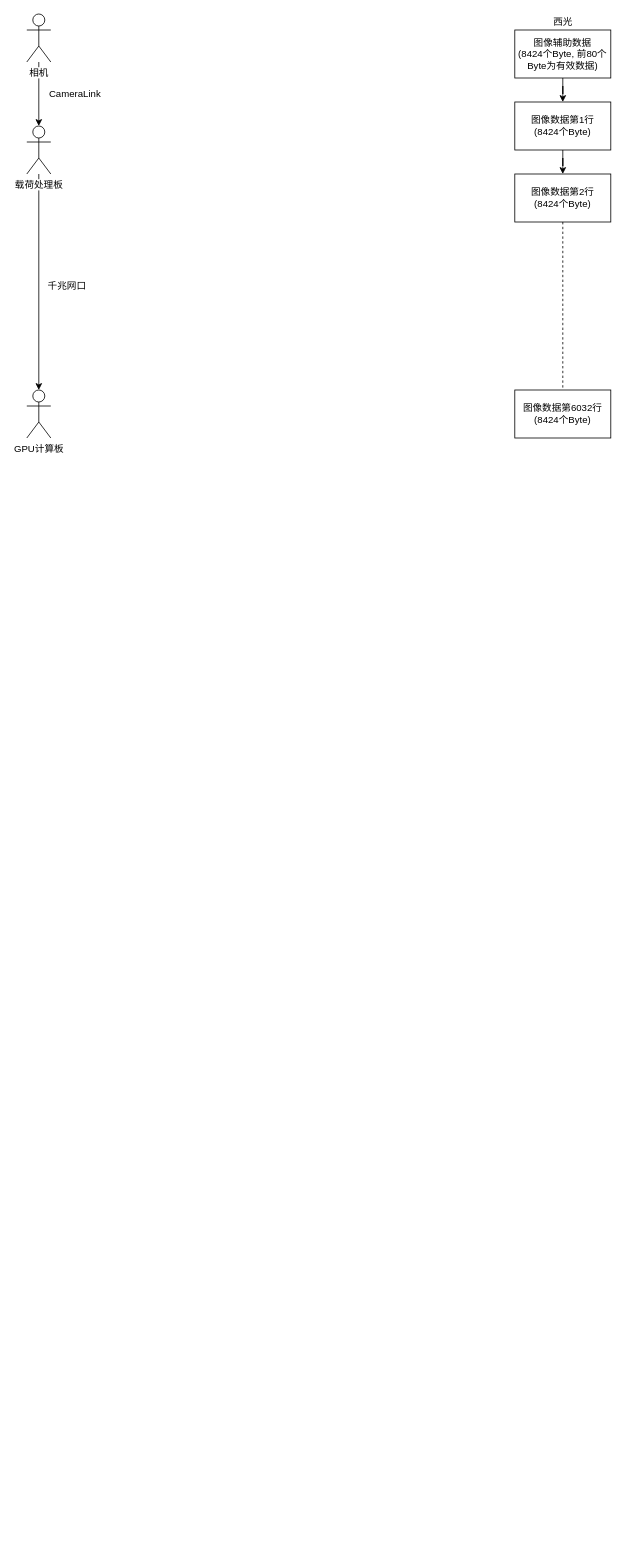
Earlier version of the draw.io diagram 图像处理软件概要设计.drawio (hhwjsw711/image_process). Source tidied: cells renumbered, new cells numbered last; positions are measured from the earlier drawing's top-left corner, leaving out a move shared by most shapes. Both pictures are drawn from the tidied source at 80%, with x=0, y=0 at pixel (26, 14).
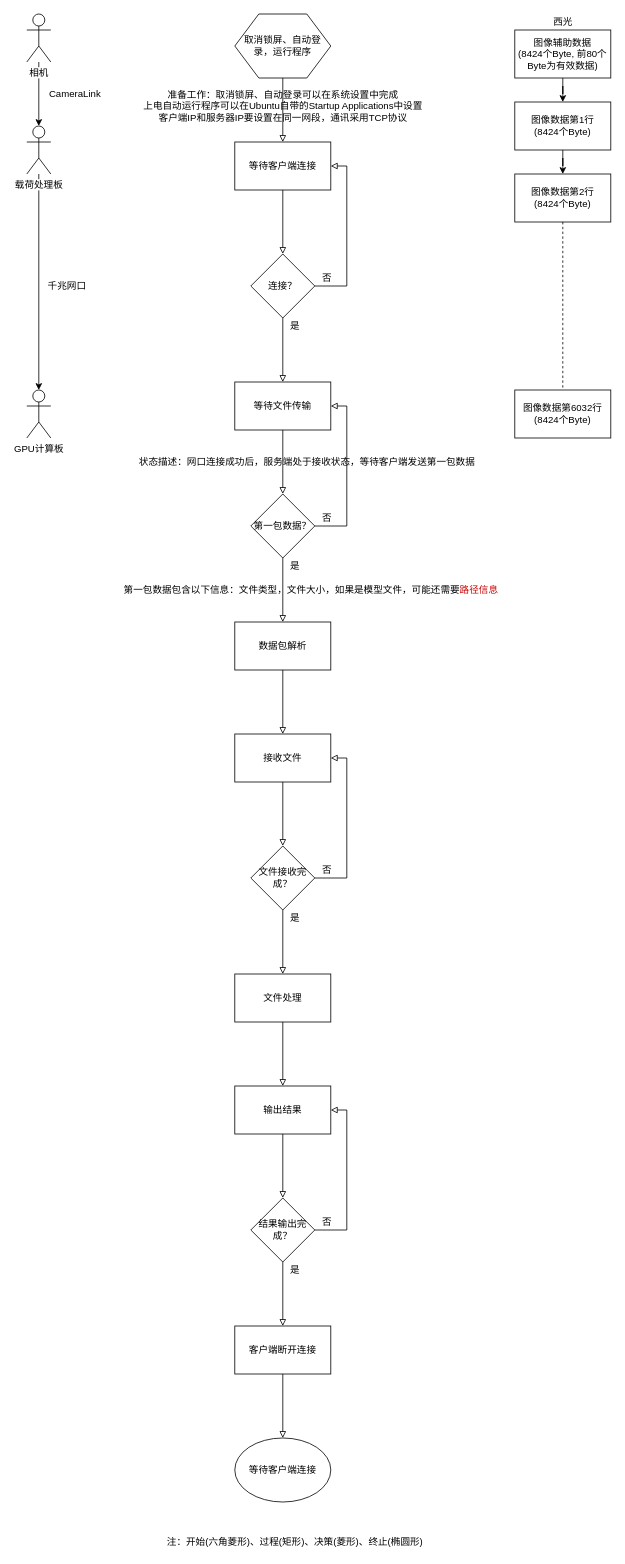
The same page after the edit.

Commit message:
更新图像处理软件概要设计.drawio

Diff of the diagram source:
```diff
@@
+    <mxCell id="17" value="注：开始(六角菱形)、过程(矩形)、决策(菱形)、终止(椭圆形)" style="text;html=1;align=center;verticalAlign=middle;" parent="1" vertex="1">
+      <mxGeometry x="165" y="1900" width="340" height="20" as="geometry" />
+    </mxCell>
+    <mxCell id="18" style="edgeStyle=orthogonalEdgeStyle;rounded=0;jettySize=auto;html=1;endArrow=block;endFill=0;" parent="1" edge="1" source="19">
+      <mxGeometry relative="1" as="geometry">
+        <mxPoint x="320" y="160" as="targetPoint" />
+      </mxGeometry>
+    </mxCell>
+    <mxCell id="19" value="取消锁屏、自动登录，运行程序" style="shape=hexagon;perimeter=hexagonPerimeter2;whiteSpace=wrap;html=1;shadow=0;strokeWidth=1;" parent="1" vertex="1">
+      <mxGeometry x="260" width="120" height="80" as="geometry" />
+    </mxCell>
+    <mxCell id="20" style="edgeStyle=orthogonalEdgeStyle;rounded=0;jettySize=auto;html=1;endArrow=block;endFill=0;" parent="1" edge="1" source="21">
+      <mxGeometry relative="1" as="geometry">
+        <mxPoint x="320" y="300" as="targetPoint" />
+      </mxGeometry>
+    </mxCell>
+    <mxCell id="21" value="等待客户端连接" style="rounded=0;whiteSpace=wrap;html=1;shadow=0;strokeWidth=1;" parent="1" vertex="1">
+      <mxGeometry x="260" y="160" width="120" height="60" as="geometry" />
+    </mxCell>
+    <mxCell id="22" style="edgeStyle=orthogonalEdgeStyle;rounded=0;jettySize=auto;html=1;endArrow=block;endFill=0;entryX=1;entryY=0.5;entryDx=0;entryDy=0;" parent="1" edge="1" source="24" target="21">
+      <mxGeometry relative="1" as="geometry">
+        <Array as="points">
+          <mxPoint x="400" y="340" />
+          <mxPoint x="400" y="190" />
+        </Array>
+      </mxGeometry>
+    </mxCell>
+    <mxCell id="23" style="edgeStyle=orthogonalEdgeStyle;rounded=0;jettySize=auto;html=1;endArrow=block;endFill=0;" parent="1" edge="1" source="24">
+      <mxGeometry relative="1" as="geometry">
+        <mxPoint x="320" y="460" as="targetPoint" />
+      </mxGeometry>
+    </mxCell>
+    <mxCell id="24" value="连接？" style="rhombus;whiteSpace=wrap;html=1;shadow=0;strokeWidth=1;" parent="1" vertex="1">
+      <mxGeometry x="280" y="300" width="80" height="80" as="geometry" />
+    </mxCell>
+    <mxCell id="25" value="否" style="text;html=1;align=center;verticalAlign=middle;" parent="1" vertex="1">
+      <mxGeometry x="360" y="320" width="30" height="20" as="geometry" />
+    </mxCell>
+    <mxCell id="26" value="是" style="text;html=1;align=center;verticalAlign=middle;" parent="1" vertex="1">
+      <mxGeometry x="320" y="380" width="30" height="20" as="geometry" />
+    </mxCell>
+    <mxCell id="27" style="edgeStyle=orthogonalEdgeStyle;rounded=0;jettySize=auto;html=1;endArrow=block;endFill=0;" parent="1" edge="1" source="28">
+      <mxGeometry relative="1" as="geometry">
+        <mxPoint x="320" y="600" as="targetPoint" />
+      </mxGeometry>
+    </mxCell>
+    <mxCell id="28" value="等待文件传输" style="rounded=0;whiteSpace=wrap;html=1;shadow=0;strokeWidth=1;" parent="1" vertex="1">
+      <mxGeometry x="260" y="460" width="120" height="60" as="geometry" />
+    </mxCell>
+    <mxCell id="29" style="edgeStyle=orthogonalEdgeStyle;rounded=0;jettySize=auto;html=1;endArrow=block;endFill=0;" parent="1" edge="1" source="31">
+      <mxGeometry relative="1" as="geometry">
+        <mxPoint x="320" y="760" as="targetPoint" />
+      </mxGeometry>
+    </mxCell>
+    <mxCell id="30" style="edgeStyle=orthogonalEdgeStyle;rounded=0;jettySize=auto;html=1;endArrow=block;endFill=0;entryX=1;entryY=0.5;entryDx=0;entryDy=0;" parent="1" edge="1" source="31" target="28">
+      <mxGeometry relative="1" as="geometry">
+        <Array as="points">
+          <mxPoint x="400" y="640" />
+          <mxPoint x="400" y="490" />
+        </Array>
+      </mxGeometry>
+    </mxCell>
+    <mxCell id="31" value="第一包数据？" style="rhombus;whiteSpace=wrap;html=1;shadow=0;strokeWidth=1;" parent="1" vertex="1">
+      <mxGeometry x="280" y="600" width="80" height="80" as="geometry" />
+    </mxCell>
+    <mxCell id="32" value="是" style="text;html=1;align=center;verticalAlign=middle;" parent="1" vertex="1">
+      <mxGeometry x="320" y="680" width="30" height="20" as="geometry" />
+    </mxCell>
+    <mxCell id="33" style="edgeStyle=orthogonalEdgeStyle;rounded=0;jettySize=auto;html=1;endArrow=block;endFill=0;" parent="1" edge="1" source="34">
+      <mxGeometry relative="1" as="geometry">
+        <mxPoint x="320" y="1040" as="targetPoint" />
+      </mxGeometry>
+    </mxCell>
+    <mxCell id="34" value="接收文件" style="rounded=0;whiteSpace=wrap;html=1;shadow=0;strokeWidth=1;" parent="1" vertex="1">
+      <mxGeometry x="260" y="900" width="120" height="60" as="geometry" />
+    </mxCell>
+    <mxCell id="35" style="edgeStyle=orthogonalEdgeStyle;rounded=0;jettySize=auto;html=1;endArrow=block;endFill=0;" parent="1" edge="1" source="36">
+      <mxGeometry relative="1" as="geometry">
+        <mxPoint x="320" y="900" as="targetPoint" />
+      </mxGeometry>
+    </mxCell>
+    <mxCell id="36" value="数据包解析" style="rounded=0;whiteSpace=wrap;html=1;shadow=0;strokeWidth=1;" parent="1" vertex="1">
+      <mxGeometry x="260" y="760" width="120" height="60" as="geometry" />
+    </mxCell>
+    <mxCell id="37" value="否" style="text;html=1;align=center;verticalAlign=middle;" parent="1" vertex="1">
+      <mxGeometry x="360" y="620" width="30" height="20" as="geometry" />
+    </mxCell>
+    <mxCell id="38" style="edgeStyle=orthogonalEdgeStyle;rounded=0;jettySize=auto;html=1;endArrow=block;endFill=0;" parent="1" edge="1" source="40">
+      <mxGeometry relative="1" as="geometry">
+        <mxPoint x="320" y="1200" as="targetPoint" />
+      </mxGeometry>
+    </mxCell>
+    <mxCell id="39" style="edgeStyle=orthogonalEdgeStyle;rounded=0;jettySize=auto;html=1;endArrow=block;endFill=0;entryX=1;entryY=0.5;entryDx=0;entryDy=0;" parent="1" edge="1" source="40" target="34">
+      <mxGeometry relative="1" as="geometry">
+        <Array as="points">
+          <mxPoint x="400" y="1080" />
+          <mxPoint x="400" y="930" />
+        </Array>
+      </mxGeometry>
+    </mxCell>
+    <mxCell id="40" value="文件接收完成？" style="rhombus;whiteSpace=wrap;html=1;shadow=0;strokeWidth=1;" parent="1" vertex="1">
+      <mxGeometry x="280" y="1040" width="80" height="80" as="geometry" />
+    </mxCell>
+    <mxCell id="41" style="edgeStyle=orthogonalEdgeStyle;rounded=0;jettySize=auto;html=1;endArrow=block;endFill=0;" parent="1" edge="1" source="42" target="44">
+      <mxGeometry relative="1" as="geometry" />
+    </mxCell>
+    <mxCell id="42" value="文件处理" style="rounded=0;whiteSpace=wrap;html=1;shadow=0;strokeWidth=1;" parent="1" vertex="1">
+      <mxGeometry x="260" y="1200" width="120" height="60" as="geometry" />
+    </mxCell>
+    <mxCell id="43" style="edgeStyle=orthogonalEdgeStyle;rounded=0;jettySize=auto;html=1;endArrow=block;endFill=0;" parent="1" edge="1" source="44">
+      <mxGeometry relative="1" as="geometry">
+        <mxPoint x="320" y="1480" as="targetPoint" />
+      </mxGeometry>
+    </mxCell>
+    <mxCell id="44" value="输出结果" style="rounded=0;whiteSpace=wrap;html=1;shadow=0;strokeWidth=1;" parent="1" vertex="1">
+      <mxGeometry x="260" y="1340" width="120" height="60" as="geometry" />
+    </mxCell>
+    <mxCell id="45" style="edgeStyle=orthogonalEdgeStyle;rounded=0;orthogonalLoop=1;jettySize=auto;html=1;endArrow=block;endFill=0;" parent="1" edge="1">
+      <mxGeometry relative="1" as="geometry">
+        <mxPoint x="320" y="1560" as="sourcePoint" />
+        <mxPoint x="320" y="1640" as="targetPoint" />
+      </mxGeometry>
+    </mxCell>
+    <mxCell id="46" value="等待客户端连接" style="ellipse;whiteSpace=wrap;html=1;shadow=0;strokeWidth=1;" parent="1" vertex="1">
+      <mxGeometry x="260" y="1780" width="120" height="80" as="geometry" />
+    </mxCell>
+    <mxCell id="47" value="是" style="text;html=1;align=center;verticalAlign=middle;" parent="1" vertex="1">
+      <mxGeometry x="320" y="1120" width="30" height="20" as="geometry" />
+    </mxCell>
+    <mxCell id="48" value="否" style="text;html=1;align=center;verticalAlign=middle;" parent="1" vertex="1">
+      <mxGeometry x="360" y="1060" width="30" height="20" as="geometry" />
+    </mxCell>
+    <mxCell id="49" style="edgeStyle=orthogonalEdgeStyle;rounded=0;jettySize=auto;html=1;endArrow=block;endFill=0;entryX=1;entryY=0.5;entryDx=0;entryDy=0;" parent="1" edge="1" source="50" target="44">
+      <mxGeometry relative="1" as="geometry">
+        <Array as="points">
+          <mxPoint x="400" y="1520" />
+          <mxPoint x="400" y="1370" />
+        </Array>
+      </mxGeometry>
+    </mxCell>
+    <mxCell id="50" value="结果输出完成？" style="rhombus;whiteSpace=wrap;html=1;shadow=0;strokeWidth=1;" parent="1" vertex="1">
+      <mxGeometry x="280" y="1480" width="80" height="80" as="geometry" />
+    </mxCell>
+    <mxCell id="51" value="否" style="text;html=1;align=center;verticalAlign=middle;" parent="1" vertex="1">
+      <mxGeometry x="360" y="1500" width="30" height="20" as="geometry" />
+    </mxCell>
+    <mxCell id="52" value="是" style="text;html=1;align=center;verticalAlign=middle;" parent="1" vertex="1">
+      <mxGeometry x="320" y="1560" width="30" height="20" as="geometry" />
+    </mxCell>
+    <mxCell id="53" style="edgeStyle=orthogonalEdgeStyle;rounded=0;jettySize=auto;html=1;endArrow=block;endFill=0;" parent="1" edge="1" source="54" target="46">
+      <mxGeometry relative="1" as="geometry" />
+    </mxCell>
+    <mxCell id="54" value="客户端断开连接" style="rounded=0;whiteSpace=wrap;html=1;shadow=0;strokeWidth=1;" parent="1" vertex="1">
+      <mxGeometry x="260" y="1640" width="120" height="60" as="geometry" />
+    </mxCell>
+    <mxCell id="55" value="准备工作：取消锁屏、自动登录可以在系统设置中完成&lt;br&gt;上电自动运行程序可以在Ubuntu自带的Startup Applications中设置&lt;br&gt;客户端IP和服务器IP要设置在同一网段，通讯采用TCP协议" style="text;html=1;align=center;verticalAlign=middle;" parent="1" vertex="1">
+      <mxGeometry x="140" y="90" width="360" height="50" as="geometry" />
+    </mxCell>
+    <mxCell id="56" value="状态描述：网口连接成功后，服务端处于接收状态，等待客户端发送第一包数据" style="text;html=1;align=center;verticalAlign=middle;" parent="1" vertex="1">
+      <mxGeometry x="130" y="550" width="440" height="20" as="geometry" />
+    </mxCell>
+    <mxCell id="57" value="第一包数据包含以下信息：文件类型，文件大小，如果是模型文件，可能还需要&lt;font color=&quot;#cc0000&quot;&gt;路径信息&lt;/font&gt;" style="text;html=1;align=center;verticalAlign=middle;" parent="1" vertex="1">
+      <mxGeometry x="115" y="710" width="480" height="20" as="geometry" />
+    </mxCell>
```
